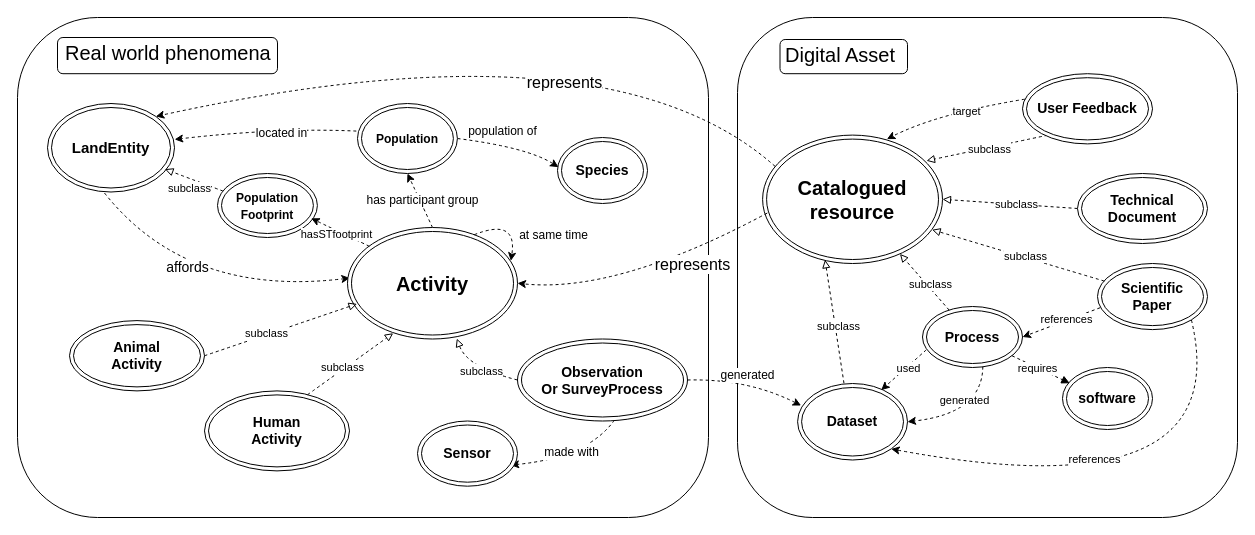
Before: page "Schema principal" (1 of 3) of docs/diagrams/model_KG_article_long.drawio in IntForOut/outdoorPressure, a draw.io diagram. Source tidied: cells renumbered, new cells numbered last; positions are measured from the earlier drawing's top-left corner, leaving out a move shared by most shapes. Both pictures are drawn from the tidied source at 100%, with x=0, y=0 at pixel (17, 17).
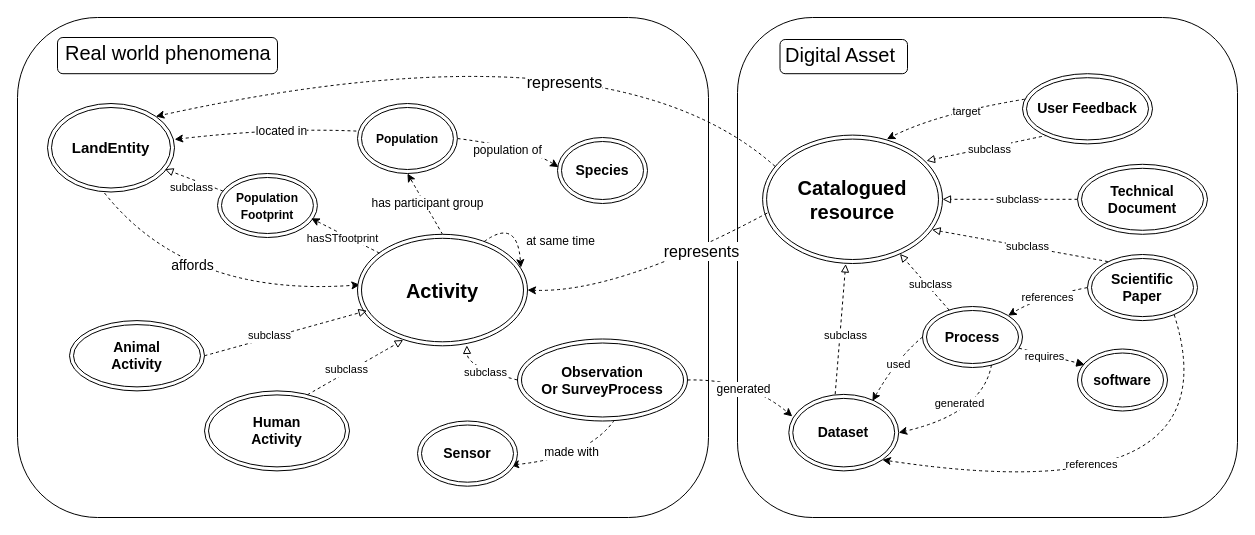
After the change.

The change refers to these unchanged cells:
```xml
<mxCell id="4" style="edgeStyle=none;html=1;exitX=0.026;exitY=0.607;exitDx=0;exitDy=0;entryX=1;entryY=0.5;entryDx=0;entryDy=0;rounded=0;curved=1;dashed=1;exitPerimeter=0;" parent="1" edge="1" source="6" target="21">
  <mxGeometry relative="1" as="geometry">
    <Array as="points">
      <mxPoint x="600" y="276" />
    </Array>
  </mxGeometry>
</mxCell>
<mxCell id="6" value="&lt;b&gt;&lt;font style=&quot;font-size: 20px;&quot;&gt;Catalogued &lt;br&gt;resource&lt;/font&gt;&lt;/b&gt;" style="ellipse;shape=doubleEllipse;whiteSpace=wrap;html=1;fontSize=14;fillColor=none;" parent="1" vertex="1">
  <mxGeometry x="745.1" y="117.6" width="179.9" height="128.4" as="geometry" />
</mxCell>
<mxCell id="16" style="edgeStyle=none;html=1;rounded=0;curved=1;dashed=1;exitX=0.449;exitY=1.012;exitDx=0;exitDy=0;exitPerimeter=0;entryX=0.014;entryY=0.453;entryDx=0;entryDy=0;entryPerimeter=0;" parent="1" edge="1" source="18" target="21">
  <mxGeometry relative="1" as="geometry">
    <Array as="points">
      <mxPoint x="170" y="280" />
    </Array>
  </mxGeometry>
</mxCell>
<mxCell id="33" value="&lt;b&gt;Process&lt;/b&gt;" style="ellipse;shape=doubleEllipse;whiteSpace=wrap;html=1;fontSize=14;fillColor=none;" parent="1" vertex="1">
  <mxGeometry x="905" y="289" width="100" height="61" as="geometry" />
</mxCell>
<mxCell id="41" style="edgeStyle=none;html=1;exitX=1;exitY=0.5;exitDx=0;exitDy=0;entryX=0.011;entryY=0.449;entryDx=0;entryDy=0;dashed=1;rounded=0;curved=1;entryPerimeter=0;" parent="1" edge="1" source="43" target="26">
  <mxGeometry relative="1" as="geometry">
    <Array as="points">
      <mxPoint x="510" y="130" />
    </Array>
  </mxGeometry>
</mxCell>
<mxCell id="44" style="edgeStyle=none;html=1;rounded=0;curved=1;dashed=1;exitX=-0.012;exitY=0.394;exitDx=0;exitDy=0;entryX=1.001;entryY=0.406;entryDx=0;entryDy=0;exitPerimeter=0;entryPerimeter=0;" parent="1" edge="1" source="43" target="18">
  <mxGeometry relative="1" as="geometry">
    <Array as="points">
      <mxPoint x="260" y="110" />
    </Array>
  </mxGeometry>
</mxCell>
<mxCell id="48" style="endArrow=classic;html=1;rounded=0;exitX=1;exitY=0.5;exitDx=0;exitDy=0;entryX=0.032;entryY=0.288;entryDx=0;entryDy=0;curved=1;dashed=1;entryPerimeter=0;" parent="1" edge="1" source="15" target="25">
  <mxGeometry relative="1" as="geometry">
    <Array as="points">
      <mxPoint x="730" y="361" />
    </Array>
  </mxGeometry>
</mxCell>
<mxCell id="68" style="edgeStyle=none;html=1;entryX=0.081;entryY=0.254;entryDx=0;entryDy=0;entryPerimeter=0;dashed=1;endArrow=block;endFill=1;" parent="1" edge="1" source="33" target="64">
  <mxGeometry relative="1" as="geometry" />
</mxCell>
<mxCell id="70" style="edgeStyle=none;html=1;rounded=0;curved=1;dashed=1;endArrow=block;endFill=0;exitX=0.056;exitY=0.275;exitDx=0;exitDy=0;entryX=0.925;entryY=0.742;entryDx=0;entryDy=0;entryPerimeter=0;exitPerimeter=0;" parent="1" edge="1" source="72" target="18">
  <mxGeometry relative="1" as="geometry" />
</mxCell>
```

Diff of the diagram source:
```diff
@@
     <mxCell id="5" value="&lt;font style=&quot;color: rgb(0, 0, 0); font-size: 16px;&quot;&gt;represents&lt;/font&gt;" style="edgeLabel;html=1;align=center;verticalAlign=middle;fontSize=14;fontColor=#FF0000;" parent="4" vertex="1">
       <mxGeometry x="0.3" y="13" relative="1" as="geometry">
-        <mxPoint x="82" y="-42" as="offset" />
+        <mxPoint x="76" y="-53" as="offset" />
       </mxGeometry>
     </mxCell>
@@
-    <mxCell id="7" style="edgeStyle=none;html=1;exitX=1;exitY=1;exitDx=0;exitDy=0;entryX=1;entryY=1;entryDx=0;entryDy=0;rounded=0;curved=1;dashed=1;" parent="1" edge="1" source="11" target="25">
+    <mxCell id="7" style="edgeStyle=none;html=1;exitX=0.788;exitY=0.91;exitDx=0;exitDy=0;entryX=1;entryY=1;entryDx=0;entryDy=0;rounded=0;curved=1;dashed=1;exitPerimeter=0;" parent="1" edge="1" source="11" target="25">
       <mxGeometry relative="1" as="geometry">
         <Array as="points">
           <mxPoint x="1220" y="496" />
         </Array>
       </mxGeometry>
     </mxCell>
@@
-    <mxCell id="9" style="edgeStyle=none;html=1;entryX=1;entryY=0.5;entryDx=0;entryDy=0;dashed=1;exitX=0.024;exitY=0.669;exitDx=0;exitDy=0;exitPerimeter=0;" parent="1" edge="1" source="11" target="33">
-      <mxGeometry relative="1" as="geometry" />
+    <mxCell id="9" style="edgeStyle=none;html=1;entryX=1;entryY=0;entryDx=0;entryDy=0;dashed=1;exitX=0;exitY=0.5;exitDx=0;exitDy=0;rounded=0;curved=1;" parent="1" edge="1" source="11" target="33">
+      <mxGeometry relative="1" as="geometry">
+        <Array as="points">
+          <mxPoint x="1020" y="280" />
+        </Array>
+      </mxGeometry>
     </mxCell>
     <mxCell id="10" value="references" style="edgeLabel;html=1;align=center;verticalAlign=middle;" parent="9" vertex="1">
-      <mxGeometry x="-0.13" y="-2" relative="1" as="geometry" />
+      <mxGeometry x="-0.13" y="-2" relative="1" as="geometry">
+        <mxPoint x="-4" y="4" as="offset" />
+      </mxGeometry>
     </mxCell>
     <mxCell id="11" value="&lt;b&gt;Scientific&lt;/b&gt;&lt;div&gt;&lt;b&gt;Paper&lt;/b&gt;&lt;/div&gt;" style="ellipse;shape=doubleEllipse;whiteSpace=wrap;html=1;fontSize=14;" parent="1" vertex="1">
-      <mxGeometry x="1080" y="246" width="110" height="66.1" as="geometry" />
+      <mxGeometry x="1070" y="237" width="110" height="66.1" as="geometry" />
     </mxCell>
@@
     <mxCell id="17" value="&lt;span style=&quot;color: rgb(0, 0, 0);&quot;&gt;affords&lt;/span&gt;" style="edgeLabel;html=1;align=center;verticalAlign=middle;fontSize=14;" parent="16" vertex="1">
       <mxGeometry x="0.04" y="11" relative="1" as="geometry">
-        <mxPoint x="-20" y="-17" as="offset" />
+        <mxPoint x="-20" y="-20" as="offset" />
       </mxGeometry>
     </mxCell>
@@
     <mxCell id="21" value="&lt;b&gt;&lt;font style=&quot;font-size: 20px;&quot;&gt;Activity&lt;/font&gt;&lt;/b&gt;" style="ellipse;shape=doubleEllipse;whiteSpace=wrap;html=1;fontSize=14;" parent="1" vertex="1">
-      <mxGeometry x="330" y="210" width="170" height="111.5" as="geometry" />
+      <mxGeometry x="340" y="216.8" width="170" height="111.5" as="geometry" />
     </mxCell>
@@
-    <mxCell id="23" style="edgeStyle=none;html=1;entryX=0.347;entryY=0.971;entryDx=0;entryDy=0;dashed=1;rounded=0;curved=0;endArrow=block;endFill=0;entryPerimeter=0;exitX=0.422;exitY=-0.003;exitDx=0;exitDy=0;exitPerimeter=0;" parent="1" edge="1" source="25" target="6">
+    <mxCell id="23" style="edgeStyle=none;html=1;entryX=0.462;entryY=1.004;entryDx=0;entryDy=0;dashed=1;rounded=0;curved=0;endArrow=block;endFill=0;entryPerimeter=0;exitX=0.422;exitY=-0.003;exitDx=0;exitDy=0;exitPerimeter=0;" parent="1" edge="1" source="25" target="6">
       <mxGeometry relative="1" as="geometry" />
     </mxCell>
@@
     <mxCell id="25" value="&lt;b&gt;Dataset&lt;/b&gt;" style="ellipse;shape=doubleEllipse;whiteSpace=wrap;html=1;fontSize=14;fillColor=none;" parent="1" vertex="1">
-      <mxGeometry x="780.1" y="366" width="109.9" height="76.5" as="geometry" />
+      <mxGeometry x="771.3" y="376.9" width="109.9" height="76.5" as="geometry" />
     </mxCell>
@@
-    <mxCell id="29" style="edgeStyle=none;html=1;entryX=0.761;entryY=0.086;entryDx=0;entryDy=0;dashed=1;exitX=0.037;exitY=0.712;exitDx=0;exitDy=0;rounded=0;curved=1;entryPerimeter=0;exitPerimeter=0;" parent="1" edge="1" source="33" target="25">
-      <mxGeometry relative="1" as="geometry" />
+    <mxCell id="29" style="edgeStyle=none;html=1;entryX=0.761;entryY=0.086;entryDx=0;entryDy=0;dashed=1;exitX=0;exitY=0.5;exitDx=0;exitDy=0;rounded=0;curved=1;entryPerimeter=0;" parent="1" edge="1" source="33" target="25">
+      <mxGeometry relative="1" as="geometry">
+        <Array as="points">
+          <mxPoint x="880" y="340" />
+        </Array>
+      </mxGeometry>
     </mxCell>
@@
-    <mxCell id="31" style="edgeStyle=none;html=1;exitX=0.603;exitY=0.984;exitDx=0;exitDy=0;entryX=1;entryY=0.5;entryDx=0;entryDy=0;rounded=0;curved=1;dashed=1;exitPerimeter=0;" parent="1" edge="1" source="33" target="25">
+    <mxCell id="31" style="edgeStyle=none;html=1;exitX=0.69;exitY=0.957;exitDx=0;exitDy=0;entryX=1;entryY=0.5;entryDx=0;entryDy=0;rounded=0;curved=1;dashed=1;exitPerimeter=0;" parent="1" edge="1" source="33" target="25">
       <mxGeometry relative="1" as="geometry">
         <Array as="points">
           <mxPoint x="965" y="396" />
         </Array>
       </mxGeometry>
     </mxCell>
@@
     <mxCell id="42" value="population of" style="edgeLabel;html=1;align=center;verticalAlign=middle;fontSize=12;" parent="41" vertex="1">
       <mxGeometry x="-0.34" y="-7" relative="1" as="geometry">
-        <mxPoint x="11" y="-19" as="offset" />
+        <mxPoint x="16" as="offset" />
       </mxGeometry>
     </mxCell>
@@
     <mxCell id="45" value="&lt;font style=&quot;font-size: 12px;&quot;&gt;located in&lt;/font&gt;" style="edgeLabel;html=1;align=center;verticalAlign=middle;" parent="44" vertex="1">
       <mxGeometry x="-0.37" y="-5" relative="1" as="geometry">
-        <mxPoint x="-19" y="10" as="offset" />
+        <mxPoint x="-19" y="8" as="offset" />
       </mxGeometry>
     </mxCell>
@@
     <mxCell id="49" value="&lt;font style=&quot;font-size: 12px;&quot;&gt;&lt;font style=&quot;&quot;&gt;genera&lt;/font&gt;&lt;font style=&quot;&quot;&gt;ted&lt;/font&gt;&lt;/font&gt;" style="edgeLabel;html=1;align=center;verticalAlign=middle;" parent="48" vertex="1">
       <mxGeometry x="0.38" y="4" relative="1" as="geometry">
-        <mxPoint x="-23" y="-10" as="offset" />
+        <mxPoint x="-24" y="-1" as="offset" />
       </mxGeometry>
     </mxCell>
@@
     <mxCell id="63" value="&lt;b&gt;Technical&lt;/b&gt;&lt;div&gt;&lt;b&gt;Document&lt;/b&gt;&lt;/div&gt;" style="ellipse;shape=doubleEllipse;whiteSpace=wrap;html=1;fontSize=14;" parent="1" vertex="1">
-      <mxGeometry x="1060" y="156" width="130" height="70" as="geometry" />
+      <mxGeometry x="1060" y="146.8" width="130" height="70" as="geometry" />
     </mxCell>
     <mxCell id="64" value="&lt;b&gt;software&lt;/b&gt;" style="ellipse;shape=doubleEllipse;whiteSpace=wrap;html=1;fontSize=14;fillColor=none;" parent="1" vertex="1">
-      <mxGeometry x="1045" y="350" width="90" height="62" as="geometry" />
+      <mxGeometry x="1060" y="331.5" width="90" height="62" as="geometry" />
     </mxCell>
@@
-    <mxCell id="66" style="edgeStyle=none;html=1;entryX=0.942;entryY=0.737;entryDx=0;entryDy=0;entryPerimeter=0;rounded=0;curved=1;endArrow=block;endFill=0;dashed=1;exitX=0.062;exitY=0.266;exitDx=0;exitDy=0;exitPerimeter=0;" parent="1" edge="1" source="11" target="6">
+    <mxCell id="66" style="edgeStyle=none;html=1;entryX=0.942;entryY=0.737;entryDx=0;entryDy=0;entryPerimeter=0;rounded=0;curved=1;endArrow=block;endFill=0;dashed=1;exitX=0.185;exitY=0.107;exitDx=0;exitDy=0;exitPerimeter=0;" parent="1" edge="1" source="11" target="6">
       <mxGeometry relative="1" as="geometry" />
     </mxCell>
@@
     <mxCell id="69" value="requires" style="edgeLabel;html=1;align=center;verticalAlign=middle;" parent="68" vertex="1">
       <mxGeometry x="-0.4" y="-1" relative="1" as="geometry">
-        <mxPoint x="8" y="3" as="offset" />
+        <mxPoint x="6" y="2" as="offset" />
       </mxGeometry>
     </mxCell>
@@
     <mxCell id="71" value="subclass" style="edgeLabel;html=1;align=center;verticalAlign=middle;" parent="70" vertex="1">
       <mxGeometry x="0.03" y="2" relative="1" as="geometry">
-        <mxPoint x="-3" y="6" as="offset" />
+        <mxPoint x="-1" y="5" as="offset" />
       </mxGeometry>
     </mxCell>
```
